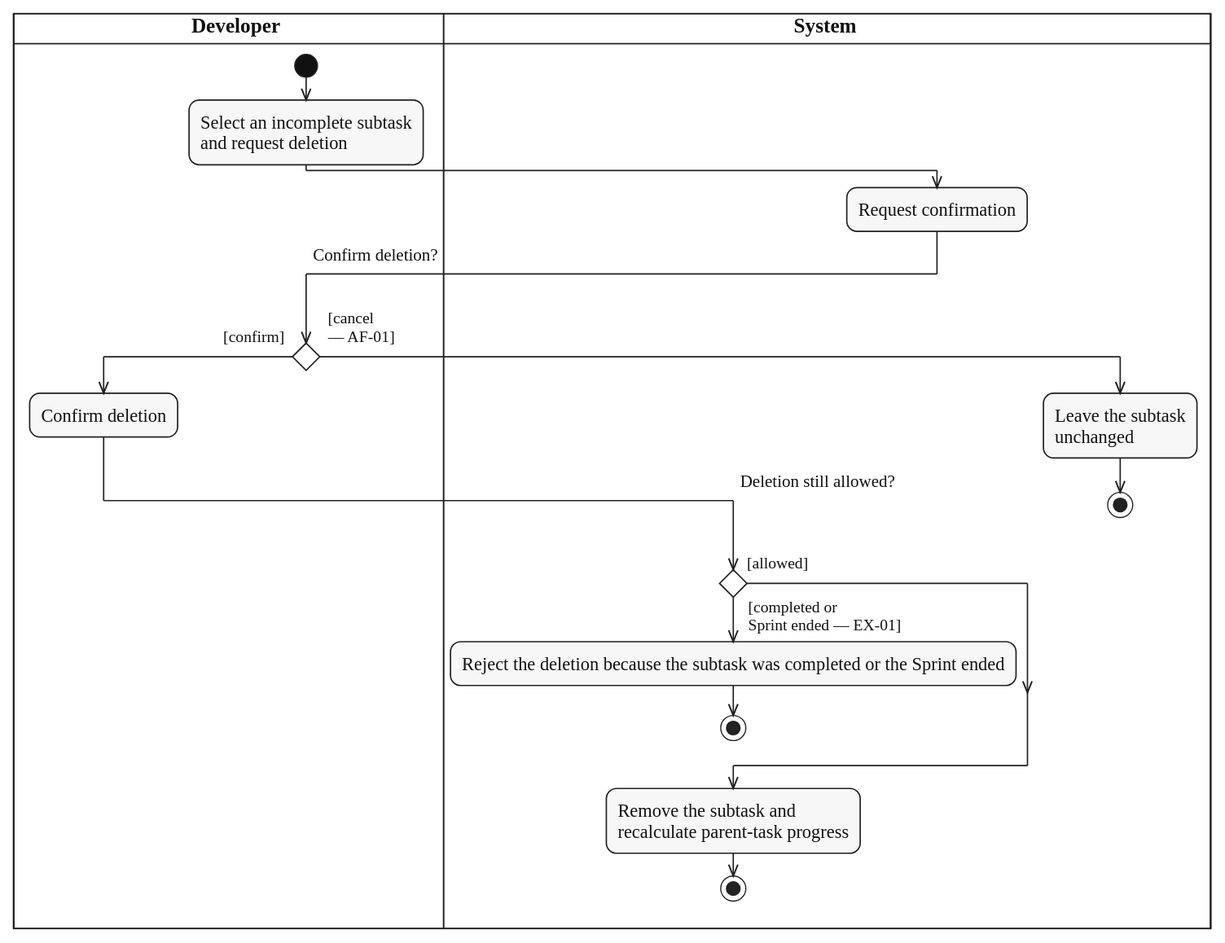
lukenab/swd392-doc-automation keeps this PlantUML diagram as diagrams/activity/sprint-work/svg/UC-SUBTASK-DELETE.svg. Above is the earlier version. Its source is kept beside it as diagrams/activity/sprint-work/source/UC-SUBTASK-DELETE.puml.
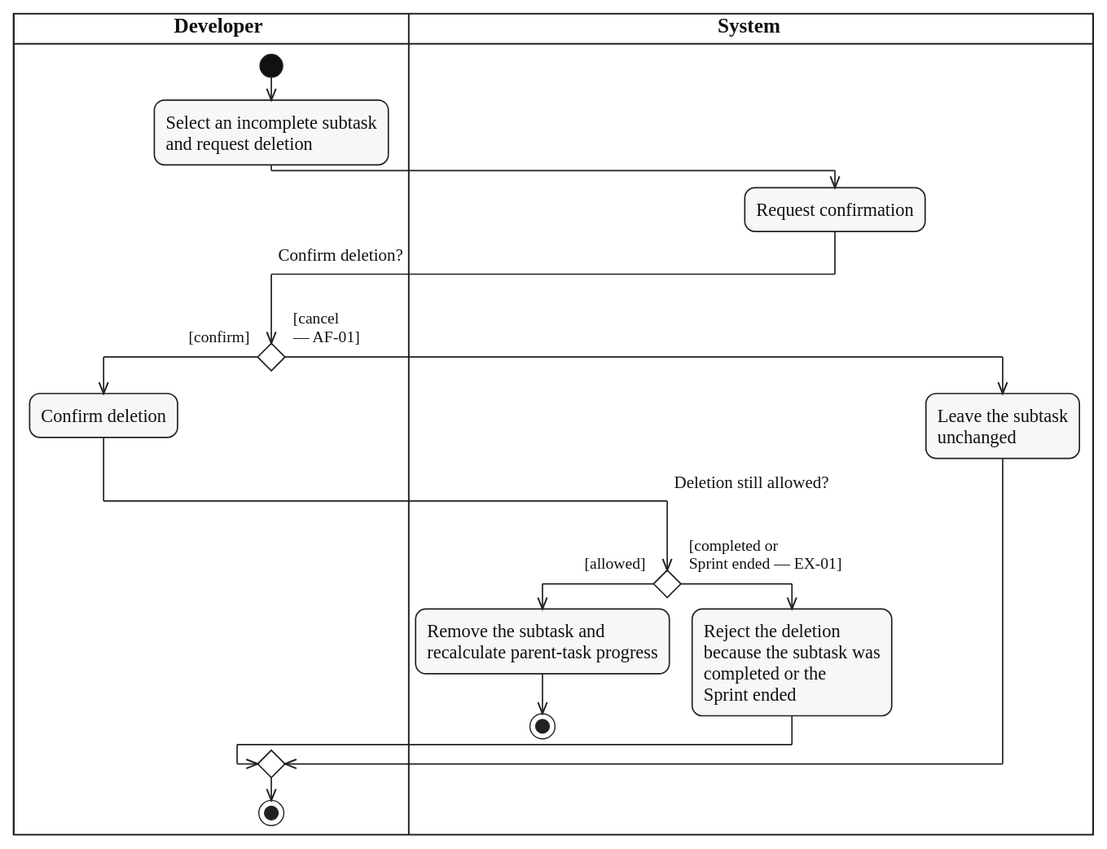
Above is the later version.

The edit, as a diff of the source:
```diff
@@ -14,17 +14,20 @@
   :Confirm deletion;
   |SYS|
   if ($question_x("Deletion still allowed?")) then ($guard_left("[allowed]"))
+    :Remove the subtask and
+    recalculate parent-task progress;
+    stop
   else ($guard_right("[completed or", "Sprint ended — EX-01]"))
-    :Reject the deletion because the subtask was completed or the Sprint ended;
-    stop
+    :Reject the deletion
+    because the subtask was
+    completed or the
+    Sprint ended;
   endif
-  :Remove the subtask and
-  recalculate parent-task progress;
-  stop
 else ($guard_right("[cancel", "— AF-01]"))
   |SYS|
   :Leave the subtask
   unchanged;
-  stop
 endif
+|DEV|
+stop
 @enduml
```
